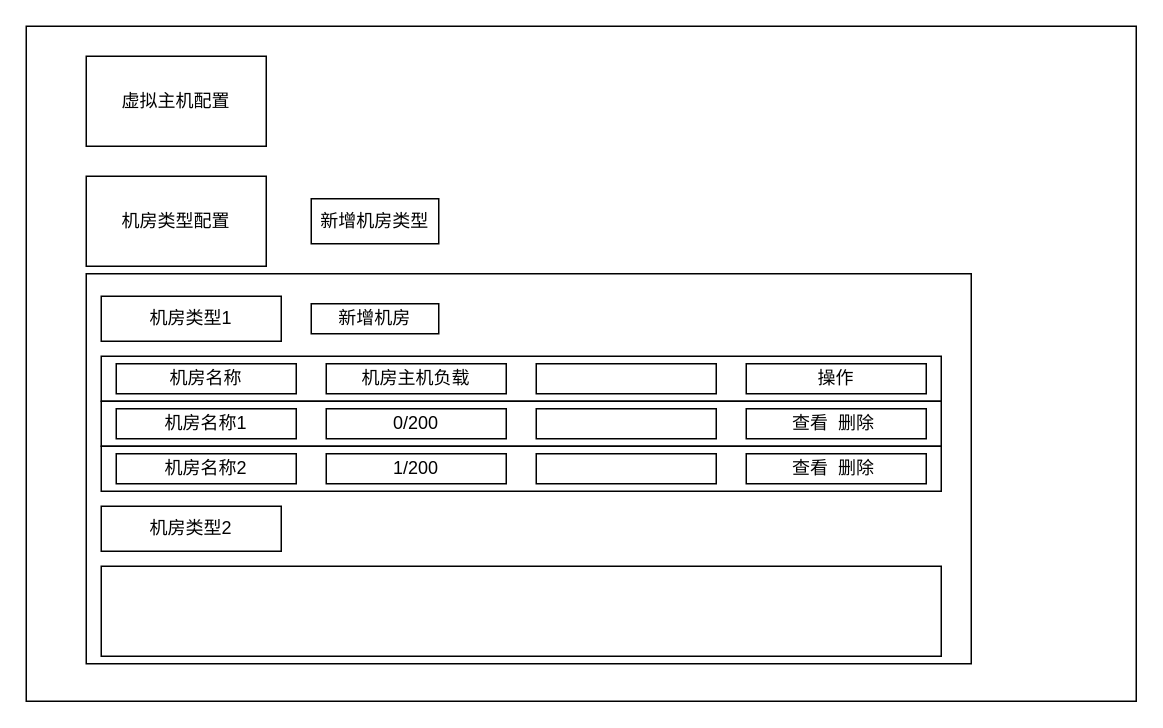
Above: 未命名绘图.drawio in xinyi852/demo (draw.io), before the change. Source tidied: cells renumbered, new cells numbered last; positions are measured from the earlier drawing's top-left corner, leaving out a move shared by most shapes. Both pictures are drawn from the tidied source at 150%, with x=0, y=0 at pixel (26, 26).
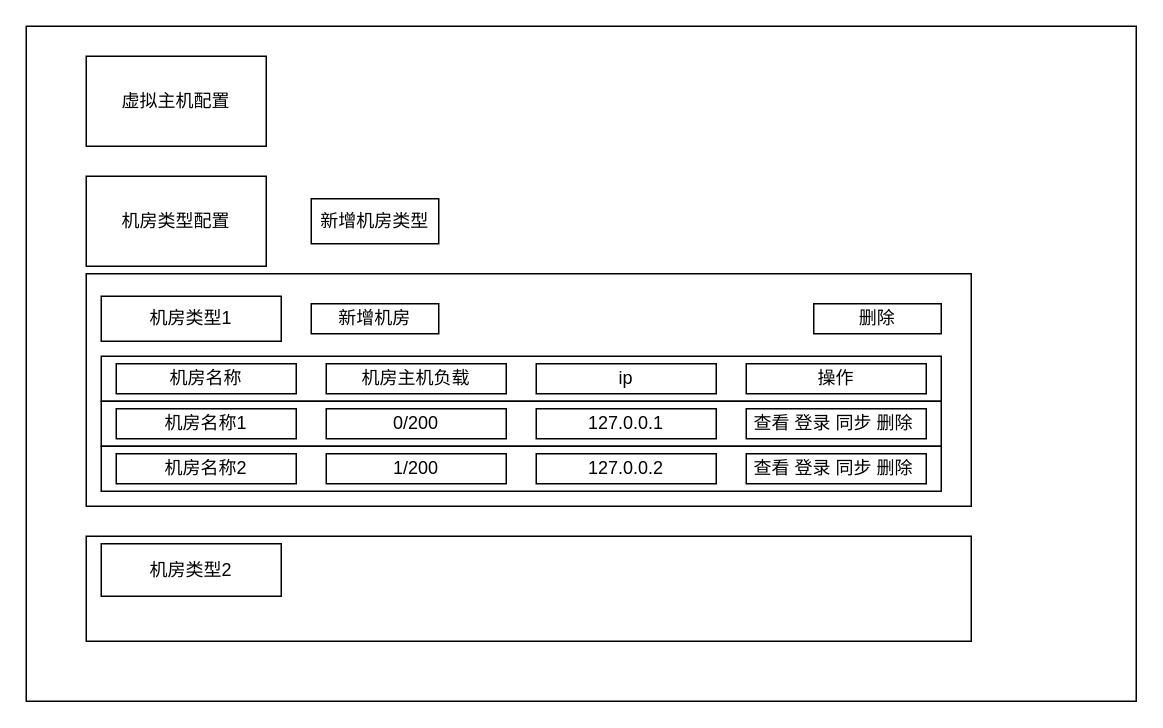
Above is the later version.

Commit message (it also covers changes not shown here):
更新未命名绘图.drawio

What changed in the source:
```diff
@@
+    <mxCell id="26" style="rounded=0;whiteSpace=wrap;html=1;" parent="1" vertex="1">
+      <mxGeometry x="50" y="170" width="370" height="80" as="geometry" />
+    </mxCell>
@@
     <mxCell id="5" style="rounded=0;whiteSpace=wrap;html=1;" parent="1" vertex="1">
-      <mxGeometry x="40" y="165" width="590" height="260" as="geometry" />
+      <mxGeometry x="40" y="165" width="590" height="155" as="geometry" />
     </mxCell>
@@
-    <mxCell id="7" value="机房类型2" style="rounded=0;whiteSpace=wrap;html=1;" parent="1" vertex="1">
-      <mxGeometry x="50" y="320" width="120" height="30" as="geometry" />
-    </mxCell>
@@
-    <mxCell id="13" style="rounded=0;whiteSpace=wrap;html=1;" parent="1" vertex="1">
+    <mxCell id="13" value="ip" style="rounded=0;whiteSpace=wrap;html=1;" parent="1" vertex="1">
       <mxGeometry x="340" y="225" width="120" height="20" as="geometry" />
     </mxCell>
@@
-    <mxCell id="17" style="rounded=0;whiteSpace=wrap;html=1;" parent="1" vertex="1">
+    <mxCell id="17" value="127.0.0.1" style="rounded=0;whiteSpace=wrap;html=1;" parent="1" vertex="1">
       <mxGeometry x="340" y="255" width="120" height="20" as="geometry" />
     </mxCell>
-    <mxCell id="18" value="查看&amp;nbsp; 删除&amp;nbsp;" style="rounded=0;whiteSpace=wrap;html=1;" parent="1" vertex="1">
+    <mxCell id="18" value="查看 登录 同步 删除&amp;nbsp;" style="rounded=0;whiteSpace=wrap;html=1;" parent="1" vertex="1">
       <mxGeometry x="480" y="255" width="120" height="20" as="geometry" />
     </mxCell>
@@
-    <mxCell id="21" style="rounded=0;whiteSpace=wrap;html=1;" parent="1" vertex="1">
+    <mxCell id="21" value="127.0.0.2" style="rounded=0;whiteSpace=wrap;html=1;" parent="1" vertex="1">
       <mxGeometry x="340" y="285" width="120" height="20" as="geometry" />
     </mxCell>
@@
-    <mxCell id="24" value="查看&amp;nbsp; 删除&amp;nbsp;" style="rounded=0;whiteSpace=wrap;html=1;" parent="1" vertex="1">
-      <mxGeometry x="480" y="285" width="120" height="20" as="geometry" />
-    </mxCell>
-    <mxCell id="25" style="rounded=0;whiteSpace=wrap;html=1;" parent="1" vertex="1">
-      <mxGeometry x="50" y="360" width="560" height="60" as="geometry" />
-    </mxCell>
+    <mxCell id="27" style="rounded=0;whiteSpace=wrap;html=1;" parent="1" vertex="1">
+      <mxGeometry x="40" y="340" width="590" height="70" as="geometry" />
+    </mxCell>
+    <mxCell id="28" value="删除" style="rounded=0;whiteSpace=wrap;html=1;" parent="1" vertex="1">
+      <mxGeometry x="525" y="185" width="85" height="20" as="geometry" />
+    </mxCell>
+    <mxCell id="7" value="机房类型2" style="rounded=0;whiteSpace=wrap;html=1;" parent="1" vertex="1">
+      <mxGeometry x="50" y="345" width="120" height="35" as="geometry" />
+    </mxCell>
+    <mxCell id="29" value="查看 登录 同步 删除&amp;nbsp;" style="rounded=0;whiteSpace=wrap;html=1;" parent="1" vertex="1">
+      <mxGeometry x="480" y="285" width="120" height="20" as="geometry" />
+    </mxCell>
```
